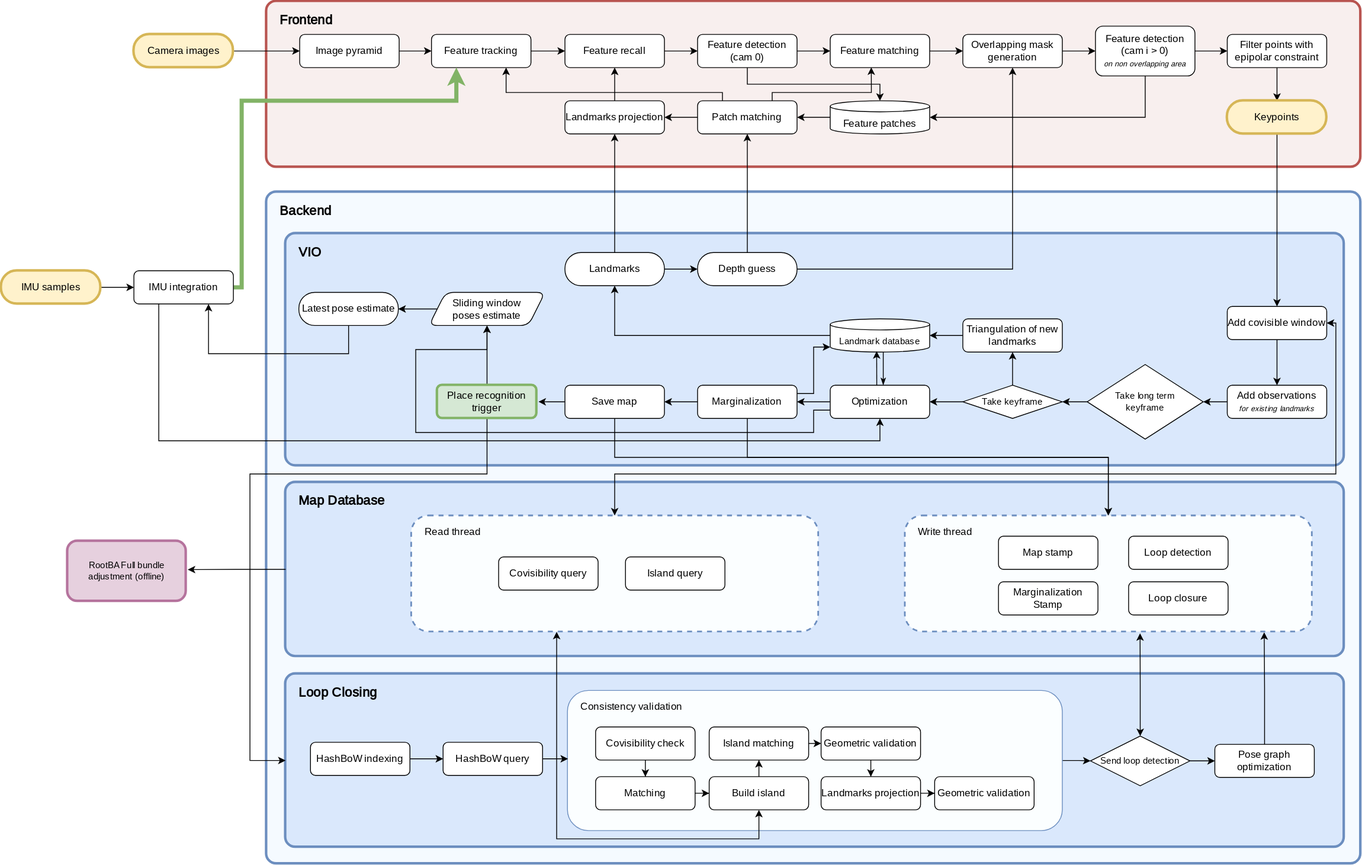
This is img/method/arch.full.svg from TomasSantucci/informe-tesina-lcc, a draw.io export, as it was before one commit. Source tidied: cells renumbered, new cells last; positions are measured from the earlier drawing's top-left corner, leaving out a move shared by most shapes.
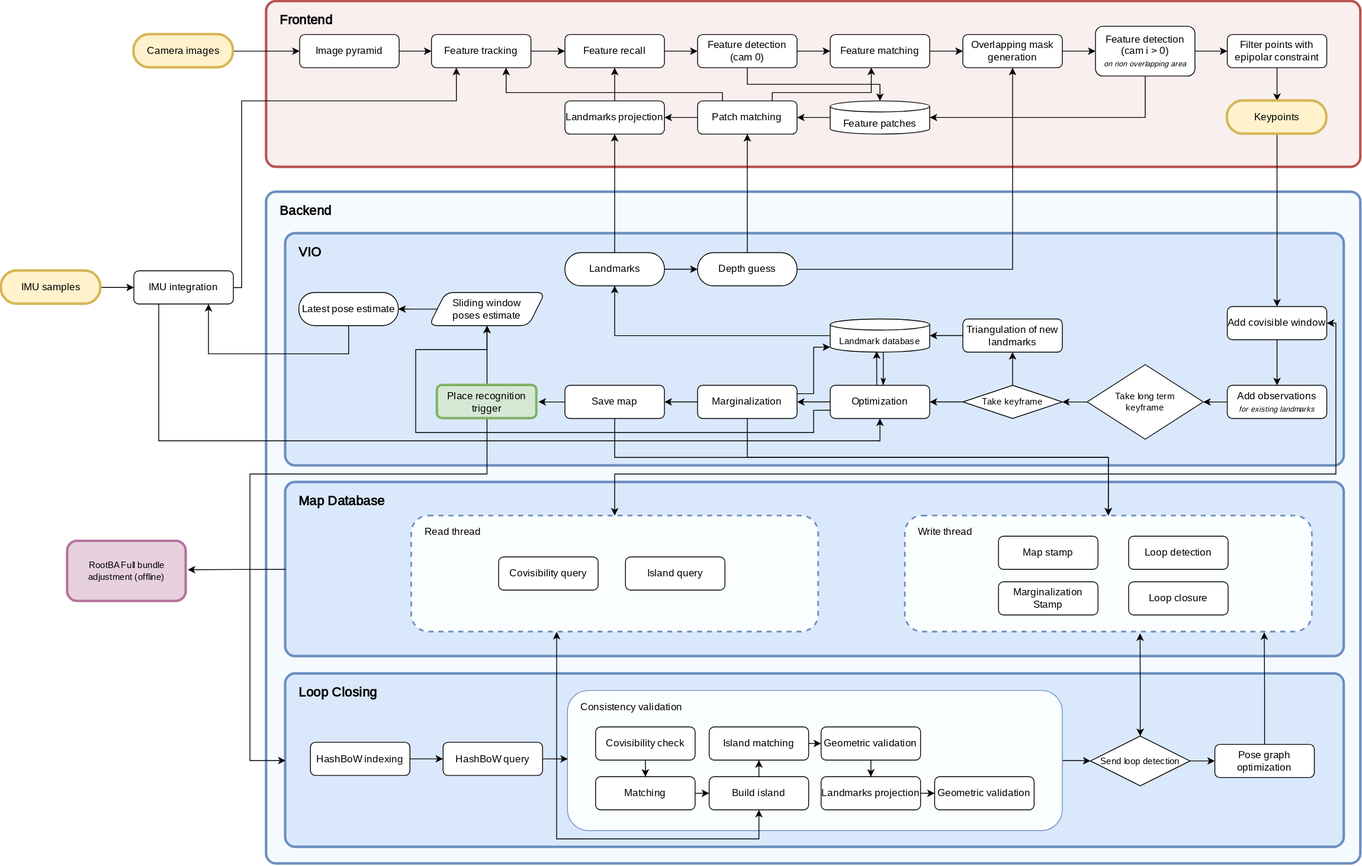
Above is the later version.

Commit message:
remove green line in arch images

What changed in the source:
```diff
@@ -175,7 +175,7 @@
     <mxCell id="53" value="&lt;div&gt;IMU samples&lt;/div&gt;" style="rounded=1;whiteSpace=wrap;html=1;shape=label;arcSize=48;fontFamily=Computer Modern Serif;fontSource=https%3A%2F%2Fcdn.jsdelivr.net%2Fgh%2Faaaakshat%2Fcm-web-fonts%40latest%2Ffonts.css;fillColor=#fff2cc;strokeColor=#d6b656;strokeWidth=3;" parent="1" vertex="1">
       <mxGeometry y="325" width="120" height="40" as="geometry" />
     </mxCell>
-    <mxCell id="54" style="edgeStyle=orthogonalEdgeStyle;rounded=0;jettySize=auto;html=1;entryX=0.25;entryY=1;entryDx=0;entryDy=0;strokeColor=#82B366;align=center;verticalAlign=middle;fontFamily=Computer Modern Serif;fontSize=11;fontColor=default;labelBackgroundColor=default;endArrow=classic;fontSource=https%3A%2F%2Fcdn.jsdelivr.net%2Fgh%2Faaaakshat%2Fcm-web-fonts%40latest%2Ffonts.css;strokeWidth=5;" parent="1" edge="1" source="56" target="12">
+    <mxCell id="54" style="edgeStyle=orthogonalEdgeStyle;rounded=0;jettySize=auto;html=1;entryX=0.25;entryY=1;entryDx=0;entryDy=0;strokeColor=#000000;align=center;verticalAlign=middle;fontFamily=Computer Modern Serif;fontSize=11;fontColor=default;labelBackgroundColor=default;endArrow=classic;fontSource=https%3A%2F%2Fcdn.jsdelivr.net%2Fgh%2Faaaakshat%2Fcm-web-fonts%40latest%2Ffonts.css;strokeWidth=1;" parent="1" edge="1" source="56" target="12">
       <mxGeometry relative="1" as="geometry">
         <Array as="points">
           <mxPoint x="290" y="345" />
```
